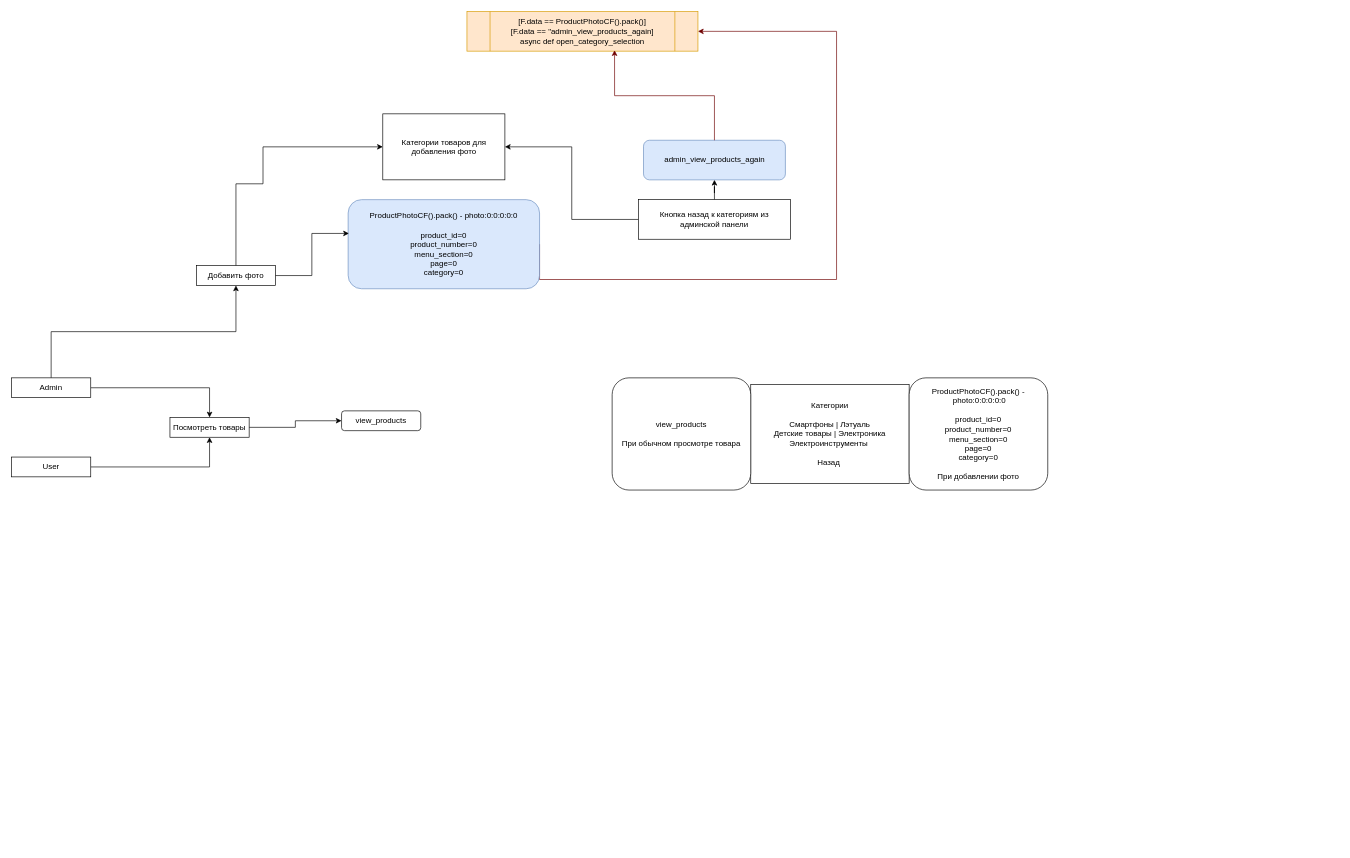
Earlier version of the draw.io diagram Рисуем колбеки.drawio (gderpy/pantry_nytva_bot). Source tidied: cells renumbered, new cells numbered last; positions are measured from the earlier drawing's top-left corner, leaving out a move shared by most shapes. Both pictures are drawn from the tidied source at 66%, with x=0, y=0 at pixel (11, 11).
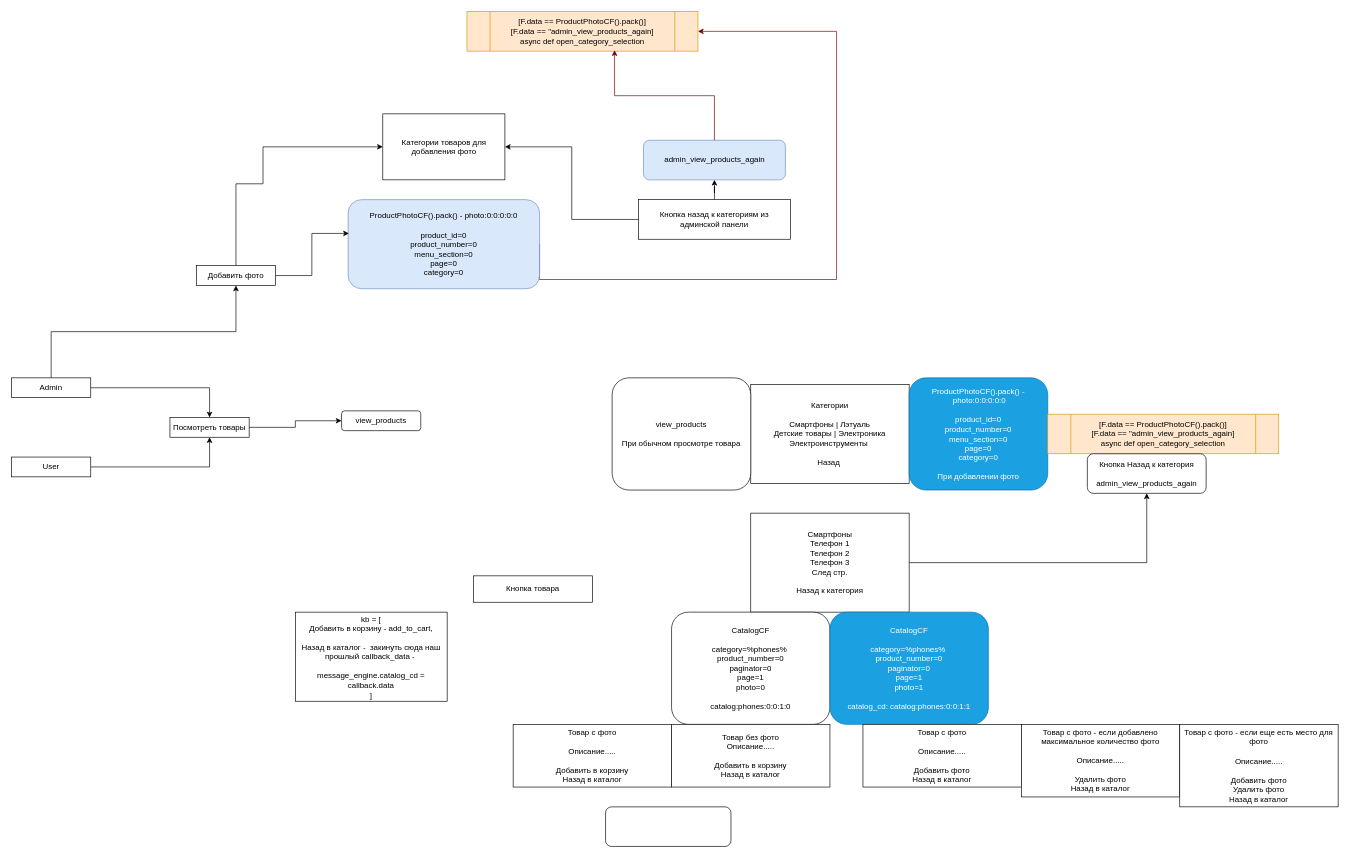
The same page after the edit.

Diff of the diagram source:
```diff
@@
-    <mxCell id="23" value="ProductPhotoCF().pack() -&amp;nbsp;photo:0:0:0:0:0&lt;div&gt;&lt;br&gt;&lt;/div&gt;&lt;div&gt;product_id=0&lt;/div&gt;&lt;div&gt;product_number=0&lt;/div&gt;&lt;div&gt;menu_section=0&lt;/div&gt;&lt;div&gt;page=0&lt;/div&gt;&lt;div&gt;category=0&lt;/div&gt;&lt;div&gt;&lt;br&gt;&lt;/div&gt;&lt;div&gt;При добавлении фото&lt;/div&gt;" style="rounded=1;whiteSpace=wrap;html=1;" parent="1" vertex="1">
+    <mxCell id="23" value="ProductPhotoCF().pack() -&amp;nbsp;photo:0:0:0:0:0&lt;div&gt;&lt;br&gt;&lt;/div&gt;&lt;div&gt;product_id=0&lt;/div&gt;&lt;div&gt;product_number=0&lt;/div&gt;&lt;div&gt;menu_section=0&lt;/div&gt;&lt;div&gt;page=0&lt;/div&gt;&lt;div&gt;category=0&lt;/div&gt;&lt;div&gt;&lt;br&gt;&lt;/div&gt;&lt;div&gt;При добавлении фото&lt;/div&gt;" style="rounded=1;whiteSpace=wrap;html=1;fillColor=#1ba1e2;fontColor=#ffffff;strokeColor=#006EAF;" parent="1" vertex="1">
       <mxGeometry x="1360" y="555" width="210" height="170" as="geometry" />
     </mxCell>
@@
+    <mxCell id="25" style="edgeStyle=orthogonalEdgeStyle;rounded=0;jettySize=auto;html=1;" parent="1" edge="1" source="26" target="28">
+      <mxGeometry relative="1" as="geometry" />
+    </mxCell>
+    <mxCell id="26" value="Смартфоны&lt;div&gt;Телефон 1&lt;/div&gt;&lt;div&gt;Телефон 2&lt;/div&gt;&lt;div&gt;Телефон 3&lt;/div&gt;&lt;div&gt;След стр.&lt;/div&gt;&lt;div&gt;&amp;nbsp;&lt;/div&gt;&lt;div&gt;Назад к категория&lt;/div&gt;" style="rounded=0;whiteSpace=wrap;html=1;" parent="1" vertex="1">
+      <mxGeometry x="1120" y="760" width="240" height="150" as="geometry" />
+    </mxCell>
+    <mxCell id="27" value="&lt;div&gt;[F.data == ProductPhotoCF().pack()]&lt;/div&gt;&lt;div&gt;[F.data == &quot;admin_view_products_again]&lt;/div&gt;async def open_category_selection" style="shape=process;whiteSpace=wrap;html=1;backgroundOutline=1;fillColor=#ffe6cc;strokeColor=#d79b00;" parent="1" vertex="1">
+      <mxGeometry x="1570" y="610" width="350" height="60" as="geometry" />
+    </mxCell>
+    <mxCell id="28" value="&lt;div&gt;Кнопка Назад к категория&lt;/div&gt;&lt;div&gt;&lt;br&gt;&lt;/div&gt;admin_view_products_again" style="rounded=1;whiteSpace=wrap;html=1;" parent="1" vertex="1">
+      <mxGeometry x="1630" y="670" width="180" height="60" as="geometry" />
+    </mxCell>
+    <mxCell id="29" value="CatalogCF&lt;div&gt;&lt;br&gt;&lt;/div&gt;&lt;div&gt;category=%phones%&amp;nbsp;&lt;/div&gt;&lt;div&gt;product_number=0&lt;/div&gt;&lt;div&gt;paginator=0&lt;/div&gt;&lt;div&gt;page=1&lt;/div&gt;&lt;div&gt;photo=0&lt;/div&gt;&lt;div&gt;&lt;br&gt;&lt;/div&gt;&lt;div&gt;catalog:phones:0:0:1:0&lt;br&gt;&lt;/div&gt;" style="rounded=1;whiteSpace=wrap;html=1;" parent="1" vertex="1">
+      <mxGeometry x="1000" y="910" width="240" height="170" as="geometry" />
+    </mxCell>
+    <mxCell id="30" value="CatalogCF&lt;div&gt;&lt;br&gt;&lt;/div&gt;&lt;div&gt;category=%phones%&amp;nbsp;&lt;/div&gt;&lt;div&gt;product_number=0&lt;/div&gt;&lt;div&gt;paginator=0&lt;/div&gt;&lt;div&gt;page=1&lt;/div&gt;&lt;div&gt;photo=1&lt;/div&gt;&lt;div&gt;&lt;br&gt;&lt;/div&gt;&lt;div&gt;catalog_cd: catalog:phones:0:0:1:1&lt;br&gt;&lt;/div&gt;" style="rounded=1;whiteSpace=wrap;html=1;fillColor=#1ba1e2;fontColor=#ffffff;strokeColor=#006EAF;" parent="1" vertex="1">
+      <mxGeometry x="1240" y="910" width="240" height="170" as="geometry" />
+    </mxCell>
+    <mxCell id="31" value="Товар без фото&lt;div&gt;Описание.....&lt;/div&gt;&lt;div&gt;&lt;br&gt;&lt;/div&gt;&lt;div&gt;Добавить в корзину&lt;/div&gt;&lt;div&gt;Назад в каталог&lt;/div&gt;" style="rounded=0;whiteSpace=wrap;html=1;" parent="1" vertex="1">
+      <mxGeometry x="1000" y="1080" width="240" height="95" as="geometry" />
+    </mxCell>
+    <mxCell id="32" value="Товар с фото&lt;div&gt;&lt;br&gt;&lt;div&gt;Описание.....&lt;/div&gt;&lt;div&gt;&lt;br&gt;&lt;/div&gt;&lt;div&gt;Добавить в корзину&lt;/div&gt;&lt;div&gt;Назад в каталог&lt;/div&gt;&lt;/div&gt;" style="rounded=0;whiteSpace=wrap;html=1;" parent="1" vertex="1">
+      <mxGeometry x="760" y="1080" width="240" height="95" as="geometry" />
+    </mxCell>
+    <mxCell id="33" value="Товар с фото&lt;div&gt;&lt;br&gt;&lt;div&gt;Описание.....&lt;/div&gt;&lt;div&gt;&lt;br&gt;&lt;/div&gt;&lt;div&gt;Добавить фото&lt;/div&gt;&lt;div&gt;Назад в каталог&lt;/div&gt;&lt;/div&gt;" style="rounded=0;whiteSpace=wrap;html=1;" parent="1" vertex="1">
+      <mxGeometry x="1290" y="1080" width="240" height="95" as="geometry" />
+    </mxCell>
+    <mxCell id="34" value="Товар с фото - если добавлено максимальное количество фото&lt;div&gt;&lt;br&gt;&lt;div&gt;Описание.....&lt;/div&gt;&lt;div&gt;&lt;br&gt;&lt;/div&gt;&lt;div&gt;Удалить фото&lt;/div&gt;&lt;div&gt;Назад в каталог&lt;/div&gt;&lt;/div&gt;" style="rounded=0;whiteSpace=wrap;html=1;" parent="1" vertex="1">
+      <mxGeometry x="1530" y="1080" width="240" height="110" as="geometry" />
+    </mxCell>
+    <mxCell id="35" value="Товар с фото - если еще есть место для фото&lt;div&gt;&lt;br&gt;&lt;div&gt;Описание.....&lt;/div&gt;&lt;div&gt;&lt;br&gt;&lt;/div&gt;&lt;div&gt;Добавить фото&lt;/div&gt;&lt;div&gt;Удалить фото&lt;/div&gt;&lt;div&gt;Назад в каталог&lt;/div&gt;&lt;/div&gt;" style="rounded=0;whiteSpace=wrap;html=1;" parent="1" vertex="1">
+      <mxGeometry x="1770" y="1080" width="240" height="125" as="geometry" />
+    </mxCell>
+    <mxCell id="36" style="rounded=1;whiteSpace=wrap;html=1;" parent="1" vertex="1">
+      <mxGeometry x="900" y="1205" width="190" height="60" as="geometry" />
+    </mxCell>
+    <mxCell id="37" value="Кнопка товара" style="rounded=0;whiteSpace=wrap;html=1;" parent="1" vertex="1">
+      <mxGeometry x="700" y="855" width="180" height="40" as="geometry" />
+    </mxCell>
+    <mxCell id="38" value="kb = [&lt;div&gt;Добавить в корзину - add_to_cart,&lt;/div&gt;&lt;div&gt;&lt;br&gt;&lt;/div&gt;&lt;div&gt;Назад в каталог -&amp;nbsp; закинуть сюда наш прошлый callback_data -&amp;nbsp;&lt;/div&gt;&lt;div&gt;&lt;br&gt;&lt;/div&gt;&lt;div&gt;message_engine.catalog_cd = callback.data&lt;/div&gt;&lt;div&gt;]&lt;/div&gt;" style="rounded=0;whiteSpace=wrap;html=1;" parent="1" vertex="1">
+      <mxGeometry x="430" y="910" width="230" height="135" as="geometry" />
+    </mxCell>
```
